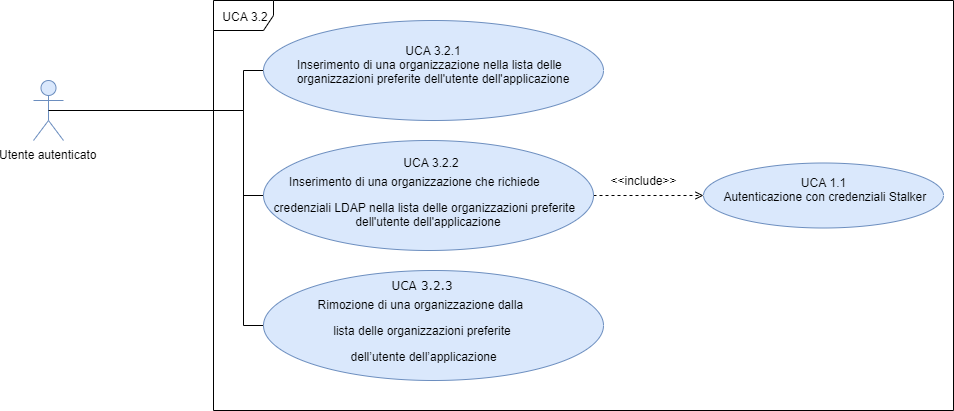
Before: DocumentazioneEsterna/AnalisiRequisiti/sezioni/UseCase/Immagini/UCA3.2.png, a diagram exported from draw.io (qb-team/Stalker-Documentazione). Source tidied: cells renumbered, new cells last; positions are measured from the earlier drawing's top-left corner, leaving out a move shared by most shapes.
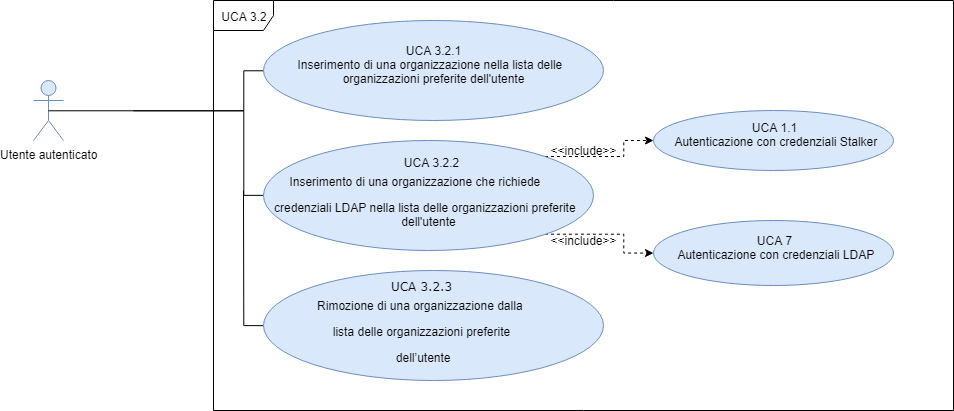
After the commit.

Diff of the diagram source:
```diff
@@ -16,7 +16,7 @@
         </Array>
       </mxGeometry>
     </mxCell>
-    <mxCell id="5" value="&lt;div style=&quot;font-size: 12px&quot;&gt;&lt;font style=&quot;font-size: 12px&quot;&gt;&lt;span style=&quot;font-size: 12px&quot;&gt;UCA 3.2.1&lt;/span&gt;&lt;/font&gt;&lt;/div&gt;&lt;div style=&quot;text-indent: -24px&quot;&gt;&amp;nbsp; &amp;nbsp; &amp;nbsp;Inserimento di una organizzazione nella lista delle organizzazioni preferite dell'utente dell'applicazione&lt;br&gt;&lt;/div&gt;&lt;p class=&quot;MsoListParagraph&quot; style=&quot;text-indent: -18pt ; font-size: 12px&quot;&gt;&lt;/p&gt;" style="ellipse;whiteSpace=wrap;html=1;fillColor=#dae8fc;strokeColor=#6c8ebf;fontSize=12;" parent="1" vertex="1">
+    <mxCell id="5" value="&lt;div style=&quot;font-size: 12px&quot;&gt;&lt;font style=&quot;font-size: 12px&quot;&gt;&lt;span style=&quot;font-size: 12px&quot;&gt;UCA 3.2.1&lt;/span&gt;&lt;/font&gt;&lt;/div&gt;&lt;div style=&quot;text-indent: -24px&quot;&gt;&amp;nbsp; &amp;nbsp; &amp;nbsp;Inserimento di una organizzazione nella lista delle organizzazioni preferite dell'utente&lt;br&gt;&lt;/div&gt;&lt;p class=&quot;MsoListParagraph&quot; style=&quot;text-indent: -18pt ; font-size: 12px&quot;&gt;&lt;/p&gt;" style="ellipse;whiteSpace=wrap;html=1;fillColor=#dae8fc;strokeColor=#6c8ebf;fontSize=12;" parent="1" vertex="1">
       <mxGeometry x="230" y="20" width="340" height="100" as="geometry" />
     </mxCell>
     <mxCell id="6" style="edgeStyle=orthogonalEdgeStyle;rounded=0;jettySize=auto;html=1;exitX=0;exitY=0.5;exitDx=0;exitDy=0;endArrow=none;endFill=0;fontSize=12;" parent="1" edge="1" source="8">
@@ -28,10 +28,13 @@
         </Array>
       </mxGeometry>
     </mxCell>
-    <mxCell id="7" style="edgeStyle=orthogonalEdgeStyle;rounded=0;jettySize=auto;html=1;exitX=1;exitY=0.5;exitDx=0;exitDy=0;endArrow=open;endFill=0;dashed=1;" parent="1" edge="1" source="8" target="11">
+    <mxCell id="7" style="edgeStyle=orthogonalEdgeStyle;rounded=0;jettySize=auto;html=1;exitX=1;exitY=0;exitDx=0;exitDy=0;endArrow=classic;endFill=1;dashed=1;" parent="1" edge="1" source="8" target="11">
       <mxGeometry relative="1" as="geometry" />
     </mxCell>
+    <mxCell id="13" style="edgeStyle=orthogonalEdgeStyle;rounded=0;jettySize=auto;html=1;entryX=0;entryY=0.5;entryDx=0;entryDy=0;endArrow=classic;endFill=1;dashed=1;exitX=1;exitY=1;exitDx=0;exitDy=0;" parent="1" edge="1" source="8" target="14">
+      <mxGeometry relative="1" as="geometry" />
+    </mxCell>
-    <mxCell id="8" value="&lt;p class=&quot;MsoListParagraph&quot; style=&quot;text-indent: -18pt ; line-height: 0%&quot;&gt;&amp;nbsp; &amp;nbsp; &amp;nbsp; &amp;nbsp; &amp;nbsp; UCA 3.2.2&amp;nbsp;&lt;/p&gt;&lt;p class=&quot;MsoListParagraph&quot; style=&quot;text-indent: -18pt ; line-height: 120%&quot;&gt;Inserimento di una organizzazione che&amp;nbsp;&lt;span style=&quot;text-indent: -18pt&quot;&gt;richiede&amp;nbsp;&lt;/span&gt;&lt;/p&gt;&lt;p class=&quot;MsoListParagraph&quot; style=&quot;text-indent: -18pt ; line-height: 120%&quot;&gt;&lt;span style=&quot;text-indent: -18pt ; line-height: 50%&quot;&gt;&amp;nbsp; &amp;nbsp; &amp;nbsp;credenziali LDAP nella lista delle organizzazioni preferite dell'utente dell'applicazione&lt;/span&gt;&lt;/p&gt;" style="ellipse;whiteSpace=wrap;html=1;fillColor=#dae8fc;strokeColor=#6c8ebf;fontSize=12;align=center;" parent="1" vertex="1">
+    <mxCell id="8" value="&lt;p class=&quot;MsoListParagraph&quot; style=&quot;text-indent: -18pt ; line-height: 0%&quot;&gt;&amp;nbsp; &amp;nbsp; &amp;nbsp; &amp;nbsp; &amp;nbsp; UCA 3.2.2&amp;nbsp;&lt;/p&gt;&lt;p class=&quot;MsoListParagraph&quot; style=&quot;text-indent: -18pt ; line-height: 120%&quot;&gt;Inserimento di una organizzazione che&amp;nbsp;&lt;span style=&quot;text-indent: -18pt&quot;&gt;richiede&amp;nbsp;&lt;/span&gt;&lt;/p&gt;&lt;p class=&quot;MsoListParagraph&quot; style=&quot;text-indent: -18pt ; line-height: 120%&quot;&gt;&lt;span style=&quot;text-indent: -18pt ; line-height: 50%&quot;&gt;&amp;nbsp; &amp;nbsp; &amp;nbsp;credenziali LDAP nella lista delle organizzazioni preferite dell'utente&lt;/span&gt;&lt;/p&gt;" style="ellipse;whiteSpace=wrap;html=1;fillColor=#dae8fc;strokeColor=#6c8ebf;fontSize=12;align=center;" parent="1" vertex="1">
       <mxGeometry x="230" y="140" width="330" height="110" as="geometry" />
     </mxCell>
     <mxCell id="9" style="edgeStyle=orthogonalEdgeStyle;rounded=0;jettySize=auto;html=1;exitX=0;exitY=0.5;exitDx=0;exitDy=0;endArrow=none;endFill=0;" parent="1" edge="1" source="10">
@@ -39,14 +42,20 @@
         <mxPoint x="210" y="190" as="targetPoint" />
       </mxGeometry>
     </mxCell>
-    <mxCell id="10" value="&lt;p class=&quot;MsoListParagraph&quot; style=&quot;text-indent: -18pt ; font-size: 12px ; line-height: 0%&quot;&gt;&lt;font style=&quot;font-size: 12px&quot;&gt;&lt;font face=&quot;Verdana&quot; style=&quot;font-size: 12px&quot;&gt;UCA 3.2.3&lt;/font&gt;&lt;/font&gt;&lt;/p&gt;&lt;p class=&quot;MsoListParagraph&quot; style=&quot;text-indent: -18pt ; font-size: 12px&quot;&gt;&lt;span style=&quot;text-indent: -18pt&quot;&gt;Rimozione di una organizzazione dalla&amp;nbsp;&lt;/span&gt;&lt;/p&gt;&lt;div style=&quot;text-indent: -24px&quot;&gt;&lt;span&gt;lista delle organizzazioni preferite&lt;/span&gt;&lt;/div&gt;&lt;p class=&quot;MsoListParagraph&quot; style=&quot;text-indent: -18pt ; font-size: 12px&quot;&gt;&lt;span style=&quot;text-indent: -18pt&quot;&gt;&amp;nbsp;dell’utente dell’applicazione&lt;/span&gt;&lt;/p&gt;" style="ellipse;whiteSpace=wrap;html=1;fillColor=#dae8fc;strokeColor=#6c8ebf;fontSize=12;align=center;" parent="1" vertex="1">
+    <mxCell id="10" value="&lt;p class=&quot;MsoListParagraph&quot; style=&quot;text-indent: -18pt ; font-size: 12px ; line-height: 0%&quot;&gt;&lt;font style=&quot;font-size: 12px&quot;&gt;&lt;font face=&quot;Verdana&quot; style=&quot;font-size: 12px&quot;&gt;UCA 3.2.3&lt;/font&gt;&lt;/font&gt;&lt;/p&gt;&lt;p class=&quot;MsoListParagraph&quot; style=&quot;text-indent: -18pt ; font-size: 12px&quot;&gt;&lt;span style=&quot;text-indent: -18pt&quot;&gt;Rimozione di una organizzazione dalla&amp;nbsp;&lt;/span&gt;&lt;/p&gt;&lt;div style=&quot;text-indent: -24px&quot;&gt;&lt;span&gt;lista delle organizzazioni preferite&lt;/span&gt;&lt;/div&gt;&lt;p class=&quot;MsoListParagraph&quot; style=&quot;text-indent: -18pt ; font-size: 12px&quot;&gt;&lt;span style=&quot;text-indent: -18pt&quot;&gt;&amp;nbsp;dell’utente&lt;/span&gt;&lt;/p&gt;" style="ellipse;whiteSpace=wrap;html=1;fillColor=#dae8fc;strokeColor=#6c8ebf;fontSize=12;align=center;" parent="1" vertex="1">
       <mxGeometry x="230" y="270" width="340" height="110" as="geometry" />
     </mxCell>
     <mxCell id="11" value="&lt;div style=&quot;font-size: 12px&quot;&gt;UCA 1.1&lt;/div&gt;&lt;div style=&quot;font-size: 12px&quot;&gt;&amp;nbsp;Autenticazione con credenziali Stalker&lt;/div&gt;&lt;p class=&quot;MsoListParagraph&quot; style=&quot;text-indent: -18pt ; font-size: 12px&quot;&gt;&lt;/p&gt;" style="ellipse;whiteSpace=wrap;html=1;fillColor=#dae8fc;strokeColor=#6c8ebf;fontSize=12;" parent="1" vertex="1">
-      <mxGeometry x="670" y="162.5" width="240" height="65" as="geometry" />
+      <mxGeometry x="620" y="110" width="240" height="60" as="geometry" />
     </mxCell>
     <mxCell id="12" value="&amp;lt;&amp;lt;include&amp;gt;&amp;gt;" style="text;html=1;strokeColor=none;fillColor=none;align=center;verticalAlign=middle;whiteSpace=wrap;rounded=0;" parent="1" vertex="1">
-      <mxGeometry x="590" y="170" width="40" height="20" as="geometry" />
+      <mxGeometry x="530" y="140" width="40" height="20" as="geometry" />
     </mxCell>
+    <mxCell id="14" value="&lt;div style=&quot;font-size: 12px&quot;&gt;UCA 7&lt;/div&gt;&lt;div style=&quot;font-size: 12px&quot;&gt;&amp;nbsp;Autenticazione con credenziali LDAP&lt;/div&gt;&lt;p class=&quot;MsoListParagraph&quot; style=&quot;text-indent: -18pt ; font-size: 12px&quot;&gt;&lt;/p&gt;" style="ellipse;whiteSpace=wrap;html=1;fillColor=#dae8fc;strokeColor=#6c8ebf;fontSize=12;" parent="1" vertex="1">
+      <mxGeometry x="620" y="220" width="240" height="65" as="geometry" />
+    </mxCell>
+    <mxCell id="15" value="&amp;lt;&amp;lt;include&amp;gt;&amp;gt;" style="text;html=1;strokeColor=none;fillColor=none;align=center;verticalAlign=middle;whiteSpace=wrap;rounded=0;" parent="1" vertex="1">
+      <mxGeometry x="530" y="230" width="40" height="20" as="geometry" />
+    </mxCell>
   </root>
 </mxGraphModel>
```
